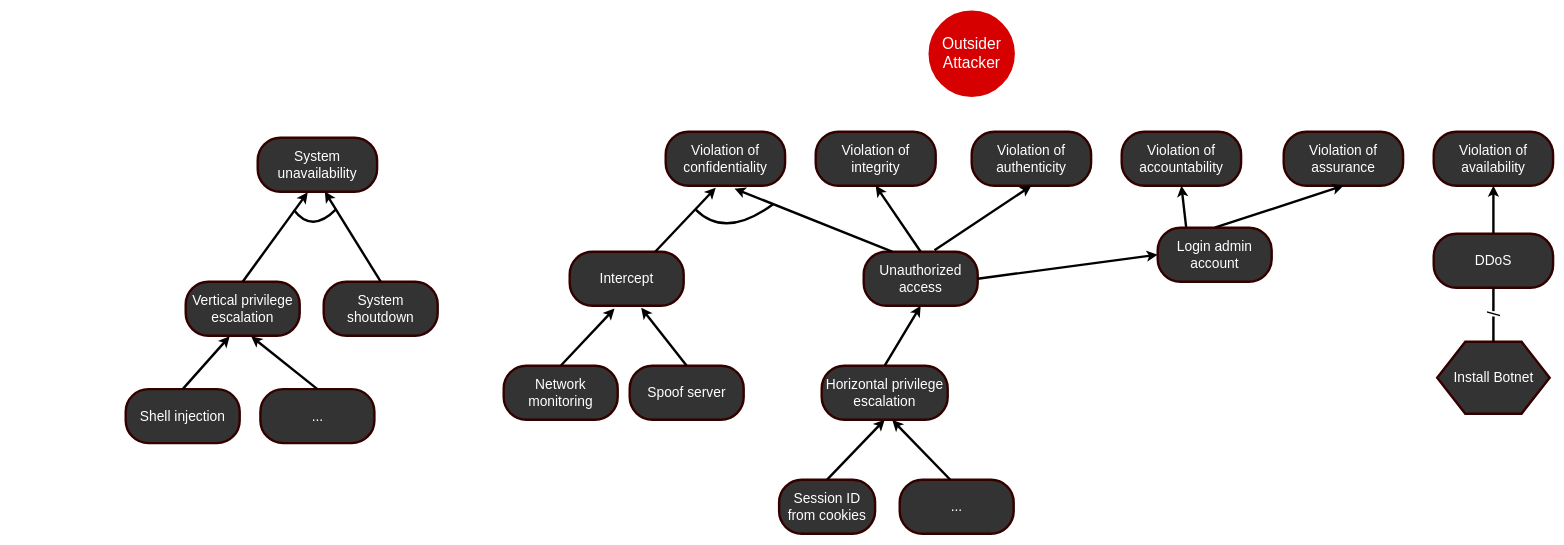
marzdeveloper/SoftwareCybersecurity keeps this draw.io diagram as Outsider attack trees.drawio. Above is the earlier version. Source tidied: cells renumbered, new cells numbered last; positions are measured from the earlier drawing's top-left corner, leaving out a move shared by most shapes. Both pictures are drawn from the tidied source at 60%, with x=0, y=0 at pixel (125, 11).
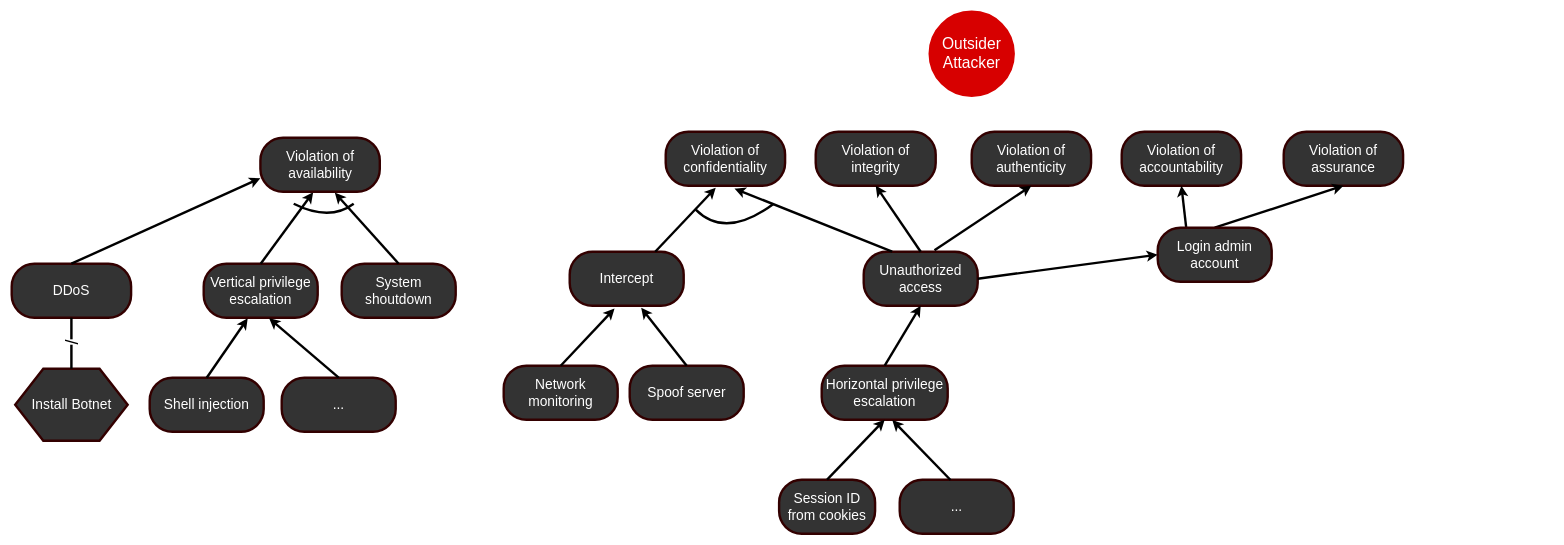
The same page after the edit.

The edit, as a diff of the source:
```diff
@@
-    <mxCell id="7" value="&lt;font color=&quot;#ffffff&quot;&gt;&lt;span style=&quot;font-size: 23px&quot;&gt;System unavailability&lt;/span&gt;&lt;/font&gt;" style="rounded=1;whiteSpace=wrap;html=1;strokeColor=#330000;strokeWidth=4;fillColor=#333333;gradientColor=none;arcSize=42;" parent="1" vertex="1">
-      <mxGeometry x="220" y="210" width="199" height="90" as="geometry" />
-    </mxCell>
-    <mxCell id="8" style="edgeStyle=orthogonalEdgeStyle;jumpStyle=none;jettySize=auto;html=1;entryX=0.5;entryY=1;entryDx=0;entryDy=0;endArrow=classicThin;endFill=0;strokeColor=none;strokeWidth=4;fontColor=#FFD966;curved=1;" parent="1" edge="1" source="9" target="7">
-      <mxGeometry relative="1" as="geometry" />
+    <mxCell id="8" style="edgeStyle=orthogonalEdgeStyle;jumpStyle=none;jettySize=auto;html=1;entryX=0.5;entryY=1;entryDx=0;entryDy=0;endArrow=classicThin;endFill=0;strokeColor=none;strokeWidth=4;fontColor=#FFD966;curved=1;" parent="1" edge="1" source="9">
+      <mxGeometry relative="1" as="geometry">
+        <mxPoint x="319.5" y="300" as="targetPoint" />
+      </mxGeometry>
     </mxCell>
     <mxCell id="9" value="&lt;font color=&quot;#ffffff&quot;&gt;&lt;span style=&quot;font-size: 23px&quot;&gt;System shoutdown&lt;/span&gt;&lt;/font&gt;" style="rounded=1;whiteSpace=wrap;html=1;strokeColor=#330000;strokeWidth=4;fillColor=#333333;gradientColor=none;arcSize=42;" parent="1" vertex="1">
-      <mxGeometry x="330" y="450" width="190" height="90" as="geometry" />
+      <mxGeometry x="360" y="420" width="190" height="90" as="geometry" />
     </mxCell>
     <mxCell id="10" value="&lt;font color=&quot;#ffffff&quot;&gt;&lt;span style=&quot;font-size: 23px&quot;&gt;Vertical privilege escalation&lt;/span&gt;&lt;/font&gt;" style="rounded=1;whiteSpace=wrap;html=1;strokeColor=#330000;strokeWidth=4;fillColor=#333333;gradientColor=none;arcSize=42;" parent="1" vertex="1">
-      <mxGeometry x="100" y="450" width="190" height="90" as="geometry" />
+      <mxGeometry x="130" y="420" width="190" height="90" as="geometry" />
     </mxCell>
     <mxCell id="11" value="&lt;font color=&quot;#ffffff&quot;&gt;&lt;span style=&quot;font-size: 23px&quot;&gt;Shell injection&lt;/span&gt;&lt;/font&gt;" style="rounded=1;whiteSpace=wrap;html=1;strokeColor=#330000;strokeWidth=4;fillColor=#333333;gradientColor=none;arcSize=42;" parent="1" vertex="1">
-      <mxGeometry y="629" width="190" height="90" as="geometry" />
+      <mxGeometry x="40" y="610" width="190" height="90" as="geometry" />
     </mxCell>
-    <mxCell id="12" style="endArrow=classic;html=1;strokeColor=#000000;strokeWidth=4;fontColor=#FFD966;entryX=0.419;entryY=1.011;entryDx=0;entryDy=0;exitX=0.5;exitY=0;exitDx=0;exitDy=0;entryPerimeter=0;" parent="1" edge="1" source="10" target="7">
+    <mxCell id="12" style="endArrow=classic;html=1;strokeColor=#000000;strokeWidth=4;fontColor=#FFD966;exitX=0.5;exitY=0;exitDx=0;exitDy=0;entryX=0.442;entryY=1.009;entryDx=0;entryDy=0;entryPerimeter=0;" parent="1" edge="1" source="10" target="35">
       <mxGeometry relative="1" as="geometry" />
     </mxCell>
-    <mxCell id="13" style="endArrow=classic;html=1;strokeColor=#000000;strokeWidth=4;fontColor=#FFD966;entryX=0.562;entryY=0.995;entryDx=0;entryDy=0;exitX=0.5;exitY=0;exitDx=0;exitDy=0;entryPerimeter=0;" parent="1" edge="1" source="9" target="7">
+    <mxCell id="13" style="endArrow=classic;html=1;strokeColor=#000000;strokeWidth=4;fontColor=#FFD966;entryX=0.623;entryY=1.017;entryDx=0;entryDy=0;exitX=0.5;exitY=0;exitDx=0;exitDy=0;entryPerimeter=0;" parent="1" edge="1" source="9" target="35">
       <mxGeometry relative="1" as="geometry" />
     </mxCell>
     <mxCell id="14" style="endArrow=none;html=1;strokeColor=#000000;strokeWidth=4;fontColor=#FFD966;curved=1;" parent="1" edge="1">
       <mxGeometry relative="1" as="geometry">
-        <mxPoint x="280" y="330" as="sourcePoint" />
-        <mxPoint x="350" y="330" as="targetPoint" />
+        <mxPoint x="280" y="320" as="sourcePoint" />
+        <mxPoint x="380" y="320" as="targetPoint" />
         <Array as="points">
-          <mxPoint x="310" y="370" />
+          <mxPoint x="340" y="350" />
         </Array>
       </mxGeometry>
     </mxCell>
@@
     <mxCell id="16" value="&lt;font color=&quot;#ffffff&quot;&gt;&lt;span style=&quot;font-size: 23px&quot;&gt;...&lt;/span&gt;&lt;/font&gt;" style="rounded=1;whiteSpace=wrap;html=1;strokeColor=#330000;strokeWidth=4;fillColor=#333333;gradientColor=none;arcSize=42;" parent="1" vertex="1">
-      <mxGeometry x="224.5" y="629" width="190" height="90" as="geometry" />
+      <mxGeometry x="260" y="610" width="190" height="90" as="geometry" />
     </mxCell>
@@
-    <mxCell id="35" value="&lt;font color=&quot;#ffffff&quot; style=&quot;font-size: 23px&quot;&gt;Violation of availability&lt;/font&gt;" style="rounded=1;whiteSpace=wrap;html=1;strokeColor=#330000;strokeWidth=4;fillColor=#333333;gradientColor=none;arcSize=42;" parent="1" vertex="1">
-      <mxGeometry x="2180" y="200" width="199" height="90" as="geometry" />
-    </mxCell>
@@
+    <mxCell id="35" value="&lt;font color=&quot;#ffffff&quot; style=&quot;font-size: 23px&quot;&gt;Violation of availability&lt;/font&gt;" style="rounded=1;whiteSpace=wrap;html=1;strokeColor=#330000;strokeWidth=4;fillColor=#333333;gradientColor=none;arcSize=42;" parent="1" vertex="1">
+      <mxGeometry x="224.5" y="210" width="199" height="90" as="geometry" />
+    </mxCell>
     <mxCell id="41" value="&lt;font color=&quot;#ffffff&quot; style=&quot;font-size: 23px&quot;&gt;DDoS&lt;/font&gt;" style="rounded=1;whiteSpace=wrap;html=1;strokeColor=#330000;strokeWidth=4;fillColor=#333333;gradientColor=none;arcSize=42;" parent="1" vertex="1">
-      <mxGeometry x="2180" y="370" width="199" height="90" as="geometry" />
+      <mxGeometry x="-190" y="420" width="199" height="90" as="geometry" />
     </mxCell>
-    <mxCell id="42" style="endArrow=classic;html=1;strokeColor=#000000;strokeWidth=4;fontColor=#FFD966;entryX=0.5;entryY=1;entryDx=0;entryDy=0;exitX=0.5;exitY=0;exitDx=0;exitDy=0;" parent="1" edge="1" source="41" target="35">
+    <mxCell id="42" style="endArrow=classic;html=1;strokeColor=#000000;strokeWidth=4;fontColor=#FFD966;exitX=0.5;exitY=0;exitDx=0;exitDy=0;entryX=0;entryY=0.75;entryDx=0;entryDy=0;" parent="1" edge="1" source="41" target="35">
       <mxGeometry relative="1" as="geometry" />
     </mxCell>
     <mxCell id="43" value="&lt;font style=&quot;font-size: 23px&quot;&gt;Install Botnet&lt;/font&gt;" style="shape=hexagon;perimeter=hexagonPerimeter2;whiteSpace=wrap;html=1;fillColor=#333333;fontColor=#FFFFFF;rounded=0;strokeWidth=4;strokeColor=#330000;" parent="1" vertex="1">
-      <mxGeometry x="2185.8" y="550" width="187.5" height="120" as="geometry" />
+      <mxGeometry x="-184.2" y="595" width="187.5" height="120" as="geometry" />
     </mxCell>
```
